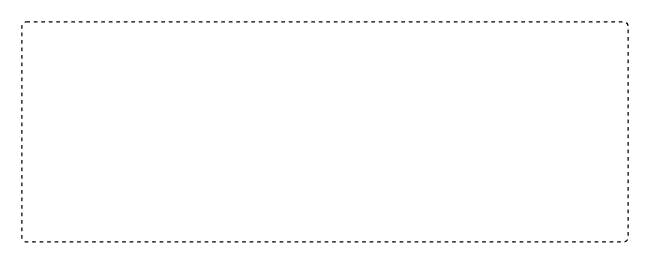
Above: issue2.drawio in wenqisun/data (draw.io), before the change. Source tidied: cells renumbered, new cells numbered last; positions are measured from the earlier drawing's top-left corner, leaving out a move shared by most shapes. Both pictures are drawn from the tidied source at 125%, with x=0, y=0 at pixel (21, 21). Pictures stored in the file or linked from it are replaced by grey dashed boxes.
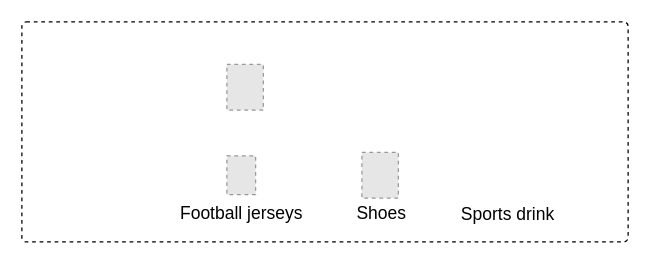
Above is the later version.

What changed in the source:
```diff
@@
 <mxGraphModel>
   <root>
     <mxCell id="0" />
     <mxCell id="1" parent="0" />
     <mxCell id="2" style="rounded=1;whiteSpace=wrap;html=1;fontFamily=Comic Sans MS;fontSize=12;dashed=1;arcSize=2;" parent="1" vertex="1">
       <mxGeometry width="485" height="176" as="geometry" />
     </mxCell>
+    <mxCell id="3" style="fillColor=#E6E6E6;strokeColor=#999999;dashed=1;verticalLabelPosition=bottom;verticalAlign=top;" parent="1" vertex="1">
+      <mxGeometry x="272" y="104.4" width="29.2" height="36.6" as="geometry" />
+    </mxCell>
+    <mxCell id="4" style="fillColor=#E6E6E6;strokeColor=#999999;dashed=1;verticalLabelPosition=bottom;verticalAlign=top;" parent="1" vertex="1">
+      <mxGeometry x="164" y="107.1" width="23" height="31.1" as="geometry" />
+    </mxCell>
+    <mxCell id="5" style="fillColor=#E6E6E6;strokeColor=#999999;dashed=1;verticalLabelPosition=bottom;verticalAlign=top;" parent="1" vertex="1">
+      <mxGeometry x="164" y="34" width="29.2" height="36.6" as="geometry" />
+    </mxCell>
+    <mxCell id="6" value="&lt;font style=&quot;font-size: 14px;&quot;&gt;Football jerseys&lt;/font&gt;" style="text;strokeColor=none;align=center;fillColor=none;html=1;verticalAlign=middle;whiteSpace=wrap;rounded=0;" parent="1" vertex="1">
+      <mxGeometry x="110.5" y="138.2" width="130" height="30" as="geometry" />
+    </mxCell>
+    <mxCell id="7" value="&lt;font style=&quot;font-size: 14px;&quot;&gt;Shoes&lt;/font&gt;" style="text;strokeColor=none;align=center;fillColor=none;html=1;verticalAlign=middle;whiteSpace=wrap;rounded=0;" parent="1" vertex="1">
+      <mxGeometry x="237.5" y="138.2" width="100.4" height="30" as="geometry" />
+    </mxCell>
+    <mxCell id="8" value="&lt;font style=&quot;font-size: 14px;&quot;&gt;Sports drink&lt;/font&gt;" style="text;strokeColor=none;align=center;fillColor=none;html=1;verticalAlign=middle;whiteSpace=wrap;rounded=0;" parent="1" vertex="1">
+      <mxGeometry x="339" y="139" width="100.4" height="30" as="geometry" />
+    </mxCell>
   </root>
 </mxGraphModel>
```
